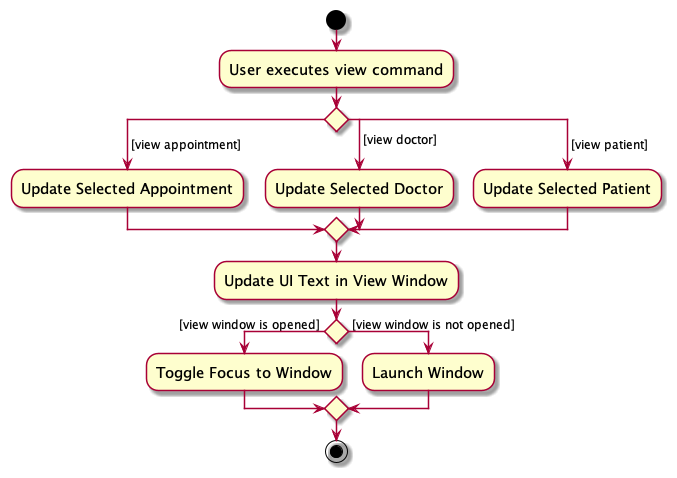
Earlier version of the PlantUML export docs/images/ViewActivityDiagram.png (yanghengtang/tp). The source it was exported from:
```plantuml
@startuml
skin rose
skinparam ActivityFontSize 15
skinparam ArrowFontSize 12
start
:User executes view command;

switch ()
case ( [view appointment] )
  :Update Selected Appointment;
case ( [view doctor] )
  :Update Selected Doctor;
case ( [view patient] )
  :Update Selected Patient;
endswitch

:Update UI Text in View Window;

if () then ( [view window is opened] )
    :Toggle Focus to Window;
else ( [view window is not opened] )
    :Launch Window;
end if

stop
@enduml
```
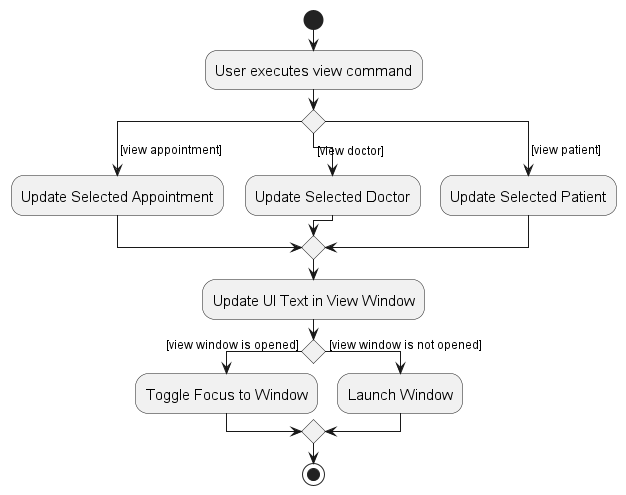
After the commit.

Change to the diagram source:
```diff
@@ -1,5 +1,4 @@
 @startuml
-skin rose
 skinparam ActivityFontSize 15
 skinparam ArrowFontSize 12
 start
```
